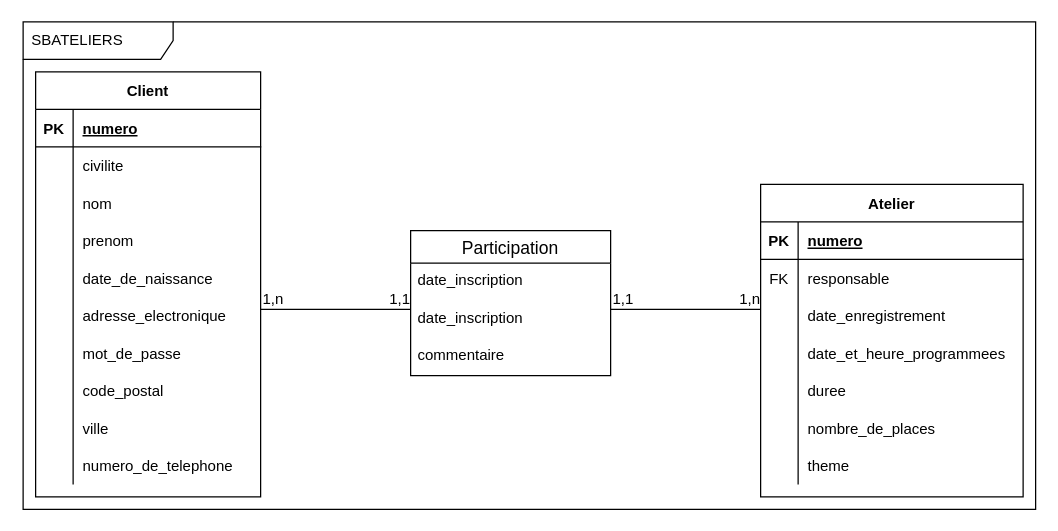
The draw.io diagram uml/mea.drawio in AntoineTSIO/sbAteliers, before the edit. Source tidied: cells renumbered, new cells numbered last; positions are measured from the earlier drawing's top-left corner, leaving out a move shared by most shapes. Both pictures are drawn from the tidied source at 125%, with x=0, y=0 at pixel (22, 21).
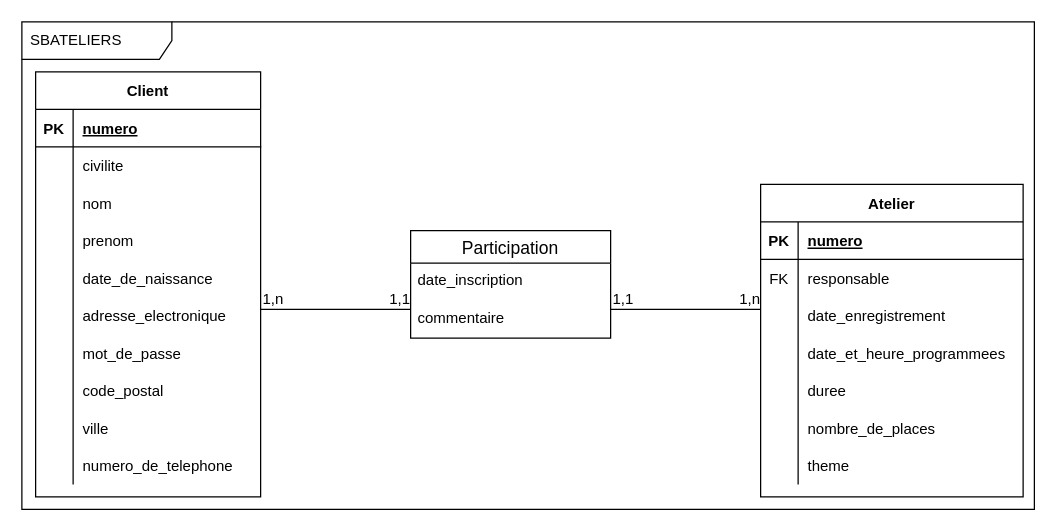
After the change.

Diff of the diagram source:
```diff
@@
+    <mxCell id="65" value="SBATELIERS" style="shape=umlFrame;whiteSpace=wrap;html=1;width=120;height=30;boundedLbl=1;verticalAlign=middle;align=left;spacingLeft=5;" parent="1" vertex="1">
+      <mxGeometry x="-1" width="810" height="390" as="geometry" />
+    </mxCell>
@@
     <mxCell id="33" value="Participation" style="swimlane;fontStyle=0;horizontal=1;startSize=26;align=center;fontSize=14;" parent="1" vertex="1">
-      <mxGeometry x="310" y="167" width="160" height="116" as="geometry" />
+      <mxGeometry x="310" y="167" width="160" height="86" as="geometry" />
     </mxCell>
@@
-    <mxCell id="35" value="date_inscription" style="text;strokeColor=none;fillColor=none;spacingLeft=4;spacingRight=4;overflow=hidden;fontSize=12;" parent="33" vertex="1">
-      <mxGeometry y="56" width="160" height="30" as="geometry" />
-    </mxCell>
     <mxCell id="36" value="commentaire" style="text;strokeColor=none;fillColor=none;spacingLeft=4;spacingRight=4;overflow=hidden;fontSize=12;" parent="33" vertex="1">
-      <mxGeometry y="86" width="160" height="30" as="geometry" />
+      <mxGeometry y="56" width="160" height="30" as="geometry" />
     </mxCell>
@@
-    <mxCell id="65" value="SBATELIERS" style="shape=umlFrame;whiteSpace=wrap;html=1;width=120;height=30;boundedLbl=1;verticalAlign=middle;align=left;spacingLeft=5;" parent="1" vertex="1">
-      <mxGeometry width="810" height="390" as="geometry" />
-    </mxCell>
```
